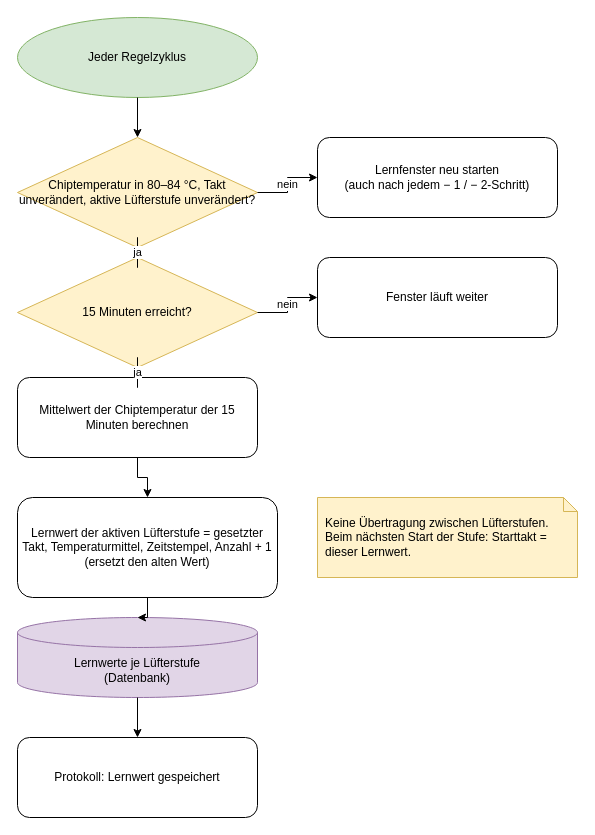
Above: page "6 Lernen" (6 of 8) of docs/claude/Regelungslogik-Luefter-Takt.drawio in lieferbaer/miner-sentinel (draw.io), before the change. Source tidied: cells renumbered, new cells numbered last; positions are measured from the earlier drawing's top-left corner, leaving out a move shared by most shapes. Both pictures are drawn from the tidied source at 100%, with x=0, y=0 at pixel (17, 17).
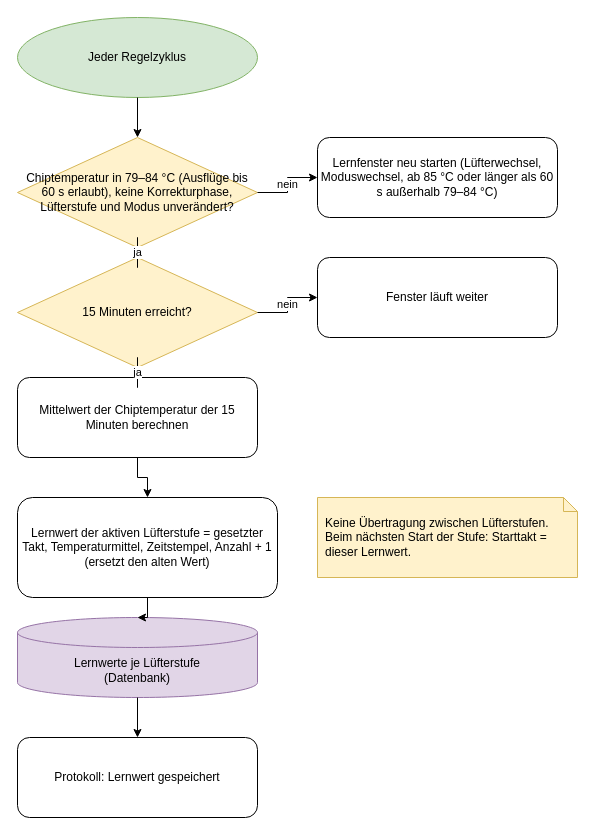
Above is the later version.

The edit, as a diff of the source:
```diff
@@
 <mxGraphModel>
   <root>
     <mxCell id="0" />
     <mxCell id="1" parent="0" />
     <mxCell id="2" value="Jeder Regelzyklus" style="ellipse;whiteSpace=wrap;html=1;fillColor=#d5e8d4;strokeColor=#82b366;" parent="1" vertex="1">
       <mxGeometry width="240" height="80" as="geometry" />
     </mxCell>
-    <mxCell id="3" value="Chiptemperatur in 80–84 °C, Takt unverändert, aktive Lüfterstufe unverändert?" style="rhombus;whiteSpace=wrap;html=1;fillColor=#fff2cc;strokeColor=#d6b656;" parent="1" vertex="1">
+    <mxCell id="3" value="Chiptemperatur in 79–84 °C (Ausflüge bis 60 s erlaubt), keine Korrekturphase, Lüfterstufe und Modus unverändert?" style="rhombus;whiteSpace=wrap;html=1;fillColor=#fff2cc;strokeColor=#d6b656;" parent="1" vertex="1">
       <mxGeometry y="120" width="240" height="110" as="geometry" />
     </mxCell>
-    <mxCell id="4" value="Lernfenster neu starten&lt;br&gt;(auch nach jedem − 1 / − 2-Schritt)" style="rounded=1;whiteSpace=wrap;html=1;" parent="1" vertex="1">
+    <mxCell id="4" value="Lernfenster neu starten (Lüfterwechsel, Moduswechsel, ab 85 °C oder länger als 60 s außerhalb 79–84 °C)" style="rounded=1;whiteSpace=wrap;html=1;" parent="1" vertex="1">
       <mxGeometry x="300" y="120" width="240" height="80" as="geometry" />
     </mxCell>
     <mxCell id="5" value="15 Minuten erreicht?" style="rhombus;whiteSpace=wrap;html=1;fillColor=#fff2cc;strokeColor=#d6b656;" parent="1" vertex="1">
       <mxGeometry y="240" width="240" height="110" as="geometry" />
     </mxCell>
     <mxCell id="6" value="Fenster läuft weiter" style="rounded=1;whiteSpace=wrap;html=1;" parent="1" vertex="1">
       <mxGeometry x="300" y="240" width="240" height="80" as="geometry" />
     </mxCell>
     <mxCell id="7" value="Mittelwert der Chiptemperatur der 15 Minuten berechnen" style="rounded=1;whiteSpace=wrap;html=1;" parent="1" vertex="1">
       <mxGeometry y="360" width="240" height="80" as="geometry" />
     </mxCell>
     <mxCell id="8" value="Lernwert der aktiven Lüfterstufe = gesetzter Takt, Temperaturmittel, Zeitstempel, Anzahl + 1&lt;br&gt;(ersetzt den alten Wert)" style="rounded=1;whiteSpace=wrap;html=1;" parent="1" vertex="1">
       <mxGeometry y="480" width="260" height="100" as="geometry" />
     </mxCell>
     <mxCell id="9" value="Lernwerte je Lüfterstufe&lt;br&gt;(Datenbank)" style="shape=cylinder3;whiteSpace=wrap;html=1;boundedLbl=1;backgroundOutline=1;size=15;fillColor=#e1d5e7;strokeColor=#9673a6;" parent="1" vertex="1">
       <mxGeometry y="600" width="240" height="80" as="geometry" />
     </mxCell>
     <mxCell id="10" value="Protokoll: Lernwert gespeichert" style="rounded=1;whiteSpace=wrap;html=1;" parent="1" vertex="1">
       <mxGeometry y="720" width="240" height="80" as="geometry" />
     </mxCell>
     <mxCell id="11" value="Keine Übertragung zwischen Lüfterstufen.&lt;br&gt;Beim nächsten Start der Stufe: Starttakt = dieser Lernwert." style="shape=note;whiteSpace=wrap;html=1;size=14;fillColor=#fff2cc;strokeColor=#d6b656;align=left;spacingLeft=6;" parent="1" vertex="1">
       <mxGeometry x="300" y="480" width="260" height="80" as="geometry" />
     </mxCell>
     <mxCell id="12" style="edgeStyle=orthogonalEdgeStyle;rounded=0;jettySize=auto;html=1;" parent="1" edge="1" source="2" target="3">
       <mxGeometry relative="1" as="geometry" />
     </mxCell>
     <mxCell id="13" value="nein" style="edgeStyle=orthogonalEdgeStyle;rounded=0;jettySize=auto;html=1;" parent="1" edge="1" source="3" target="4">
       <mxGeometry relative="1" as="geometry" />
     </mxCell>
     <mxCell id="14" value="ja" style="edgeStyle=orthogonalEdgeStyle;rounded=0;jettySize=auto;html=1;" parent="1" edge="1" source="3" target="5">
       <mxGeometry relative="1" as="geometry" />
     </mxCell>
     <mxCell id="15" value="nein" style="edgeStyle=orthogonalEdgeStyle;rounded=0;jettySize=auto;html=1;" parent="1" edge="1" source="5" target="6">
       <mxGeometry relative="1" as="geometry" />
     </mxCell>
     <mxCell id="16" value="ja" style="edgeStyle=orthogonalEdgeStyle;rounded=0;jettySize=auto;html=1;" parent="1" edge="1" source="5" target="7">
       <mxGeometry relative="1" as="geometry" />
     </mxCell>
     <mxCell id="17" style="edgeStyle=orthogonalEdgeStyle;rounded=0;jettySize=auto;html=1;" parent="1" edge="1" source="7" target="8">
       <mxGeometry relative="1" as="geometry" />
     </mxCell>
     <mxCell id="18" style="edgeStyle=orthogonalEdgeStyle;rounded=0;jettySize=auto;html=1;" parent="1" edge="1" source="8" target="9">
       <mxGeometry relative="1" as="geometry" />
     </mxCell>
     <mxCell id="19" style="edgeStyle=orthogonalEdgeStyle;rounded=0;jettySize=auto;html=1;" parent="1" edge="1" source="9" target="10">
       <mxGeometry relative="1" as="geometry" />
     </mxCell>
   </root>
 </mxGraphModel>
```
